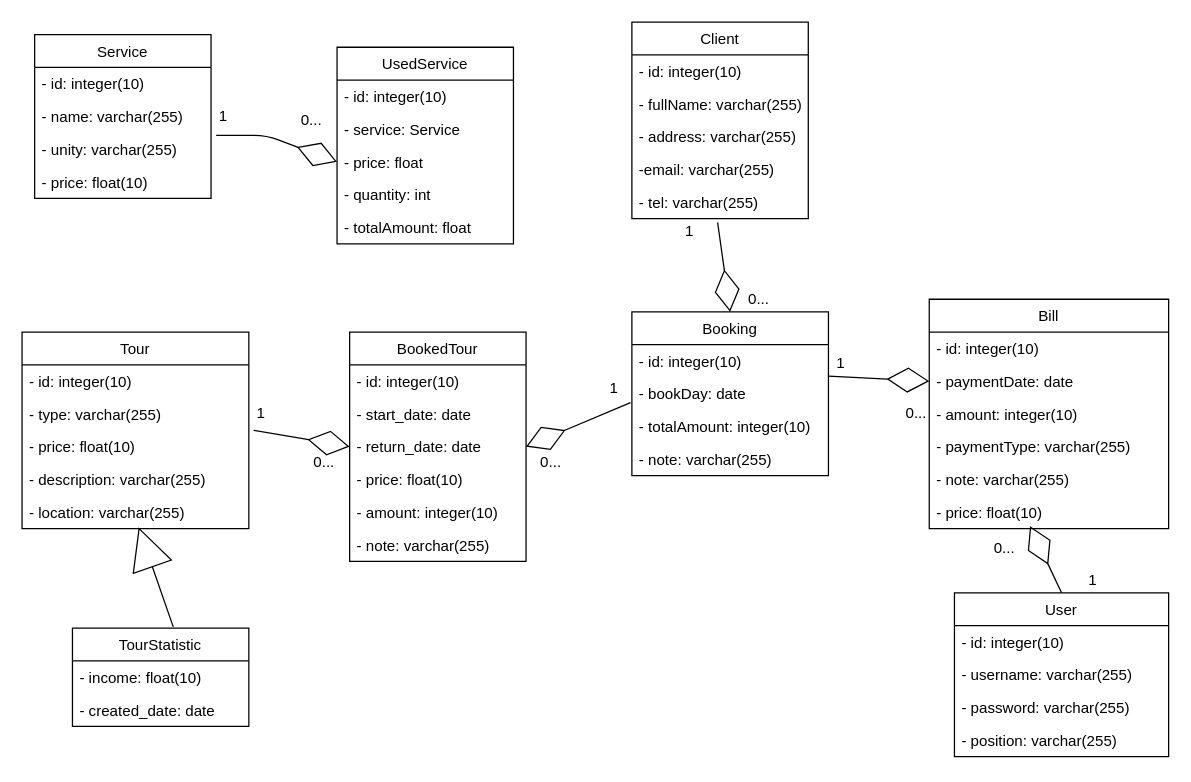
This is classDiagram.drawio from thanhlongtld/classical_software_engineering, a draw.io file, before an edit. Source tidied: cells renumbered, new cells numbered last; positions are measured from the earlier drawing's top-left corner, leaving out a move shared by most shapes. Both pictures are drawn from the tidied source at 126%, with x=0, y=0 at pixel (21, 21).
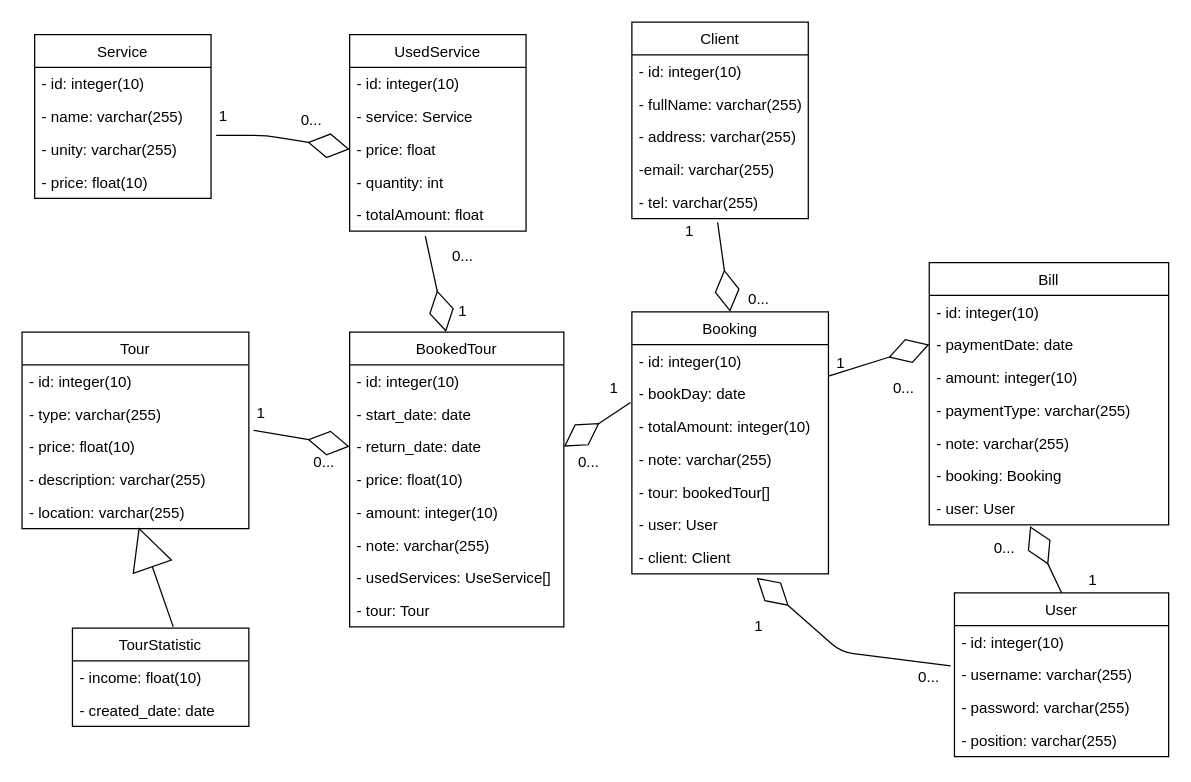
After the change.

The change refers to these unchanged cells:
```xml
<mxCell id="38" value="- username: varchar(255)" style="text;strokeColor=none;fillColor=none;align=left;verticalAlign=top;spacingLeft=4;spacingRight=4;overflow=hidden;points=[[0,0.5],[1,0.5]];portConstraint=eastwest;" parent="36" vertex="1">
  <mxGeometry y="52" width="170" height="26" as="geometry" />
</mxCell>
<mxCell id="62" value="- totalAmount: float" style="text;strokeColor=none;fillColor=none;align=left;verticalAlign=top;spacingLeft=4;spacingRight=4;overflow=hidden;points=[[0,0.5],[1,0.5]];portConstraint=eastwest;" parent="57" vertex="1">
  <mxGeometry y="130" width="140" height="26" as="geometry" />
</mxCell>
```

What changed in the source:
```diff
@@
     <mxCell id="8" value="Booking" style="swimlane;fontStyle=0;horizontal=1;startSize=26;fillColor=none;" parent="1" vertex="1">
-      <mxGeometry x="484" y="230" width="156" height="130" as="geometry" />
+      <mxGeometry x="484" y="230" width="156" height="208" as="geometry" />
     </mxCell>
@@
+    <mxCell id="71" value="- tour: bookedTour[]" style="text;strokeColor=none;fillColor=none;align=left;verticalAlign=top;spacingLeft=4;spacingRight=4;overflow=hidden;" parent="8" vertex="1">
+      <mxGeometry y="130" width="156" height="26" as="geometry" />
+    </mxCell>
+    <mxCell id="72" value="- user: User" style="text;strokeColor=none;fillColor=none;align=left;verticalAlign=top;spacingLeft=4;spacingRight=4;overflow=hidden;" parent="8" vertex="1">
+      <mxGeometry y="156" width="156" height="26" as="geometry" />
+    </mxCell>
+    <mxCell id="73" value="- client: Client" style="text;strokeColor=none;fillColor=none;align=left;verticalAlign=top;spacingLeft=4;spacingRight=4;overflow=hidden;points=[[0,0.5],[1,0.5]];portConstraint=eastwest;" parent="8" vertex="1">
+      <mxGeometry y="182" width="156" height="26" as="geometry" />
+    </mxCell>
@@
     <mxCell id="19" value="Bill" style="swimlane;fontStyle=0;horizontal=1;startSize=26;fillColor=none;" parent="1" vertex="1">
-      <mxGeometry x="720" y="220" width="190" height="182" as="geometry" />
+      <mxGeometry x="720" y="191" width="190" height="208" as="geometry" />
     </mxCell>
@@
-    <mxCell id="25" value="- price: float(10)" style="text;strokeColor=none;fillColor=none;align=left;verticalAlign=top;spacingLeft=4;spacingRight=4;overflow=hidden;" parent="19" vertex="1">
+    <mxCell id="25" value="- booking: Booking" style="text;strokeColor=none;fillColor=none;align=left;verticalAlign=top;spacingLeft=4;spacingRight=4;overflow=hidden;" parent="19" vertex="1">
       <mxGeometry y="156" width="190" height="26" as="geometry" />
     </mxCell>
+    <mxCell id="74" value="- user: User" style="text;strokeColor=none;fillColor=none;align=left;verticalAlign=top;spacingLeft=4;spacingRight=4;overflow=hidden;" parent="19" vertex="1">
+      <mxGeometry y="182" width="190" height="26" as="geometry" />
+    </mxCell>
@@
     <mxCell id="29" value="BookedTour" style="swimlane;fontStyle=0;horizontal=1;startSize=26;fillColor=none;" parent="1" vertex="1">
-      <mxGeometry x="260" y="246" width="140" height="182" as="geometry" />
+      <mxGeometry x="260" y="246" width="170" height="234" as="geometry" />
     </mxCell>
     <mxCell id="30" value="- id: integer(10)" style="text;strokeColor=none;fillColor=none;align=left;verticalAlign=top;spacingLeft=4;spacingRight=4;overflow=hidden;" parent="29" vertex="1">
-      <mxGeometry y="26" width="140" height="26" as="geometry" />
+      <mxGeometry y="26" width="170" height="26" as="geometry" />
     </mxCell>
     <mxCell id="31" value="- start_date: date" style="text;strokeColor=none;fillColor=none;align=left;verticalAlign=top;spacingLeft=4;spacingRight=4;overflow=hidden;" parent="29" vertex="1">
-      <mxGeometry y="52" width="140" height="26" as="geometry" />
+      <mxGeometry y="52" width="170" height="26" as="geometry" />
     </mxCell>
     <mxCell id="32" value="- return_date: date" style="text;strokeColor=none;fillColor=none;align=left;verticalAlign=top;spacingLeft=4;spacingRight=4;overflow=hidden;points=[[0,0.5],[1,0.5]];portConstraint=eastwest;" parent="29" vertex="1">
-      <mxGeometry y="78" width="140" height="26" as="geometry" />
+      <mxGeometry y="78" width="170" height="26" as="geometry" />
     </mxCell>
     <mxCell id="33" value="- price: float(10)" style="text;strokeColor=none;fillColor=none;align=left;verticalAlign=top;spacingLeft=4;spacingRight=4;overflow=hidden;" parent="29" vertex="1">
-      <mxGeometry y="104" width="140" height="26" as="geometry" />
+      <mxGeometry y="104" width="170" height="26" as="geometry" />
     </mxCell>
     <mxCell id="34" value="- amount: integer(10)" style="text;strokeColor=none;fillColor=none;align=left;verticalAlign=top;spacingLeft=4;spacingRight=4;overflow=hidden;" parent="29" vertex="1">
-      <mxGeometry y="130" width="140" height="26" as="geometry" />
+      <mxGeometry y="130" width="170" height="26" as="geometry" />
     </mxCell>
     <mxCell id="35" value="- note: varchar(255)" style="text;strokeColor=none;fillColor=none;align=left;verticalAlign=top;spacingLeft=4;spacingRight=4;overflow=hidden;" parent="29" vertex="1">
-      <mxGeometry y="156" width="140" height="26" as="geometry" />
+      <mxGeometry y="156" width="170" height="26" as="geometry" />
     </mxCell>
+    <mxCell id="75" value="- usedServices: UseService[]" style="text;strokeColor=none;fillColor=none;align=left;verticalAlign=top;spacingLeft=4;spacingRight=4;overflow=hidden;" parent="29" vertex="1">
+      <mxGeometry y="182" width="170" height="26" as="geometry" />
+    </mxCell>
+    <mxCell id="76" value="- tour: Tour&#10;" style="text;strokeColor=none;fillColor=none;align=left;verticalAlign=top;spacingLeft=4;spacingRight=4;overflow=hidden;" parent="29" vertex="1">
+      <mxGeometry y="208" width="170" height="26" as="geometry" />
+    </mxCell>
@@
     <mxCell id="50" value="0..." style="text;html=1;strokeColor=none;fillColor=none;align=center;verticalAlign=middle;whiteSpace=wrap;rounded=0;" parent="1" vertex="1">
-      <mxGeometry x="400" y="340" width="40" height="20" as="geometry" />
+      <mxGeometry x="430" y="340" width="40" height="20" as="geometry" />
     </mxCell>
@@
     <mxCell id="52" value="0..." style="text;html=1;strokeColor=none;fillColor=none;align=center;verticalAlign=middle;whiteSpace=wrap;rounded=0;" parent="1" vertex="1">
-      <mxGeometry x="690" y="301" width="40" height="20" as="geometry" />
+      <mxGeometry x="680" y="281" width="40" height="20" as="geometry" />
     </mxCell>
@@
     <mxCell id="57" value="UsedService" style="swimlane;fontStyle=0;horizontal=1;startSize=26;fillColor=none;" parent="1" vertex="1">
-      <mxGeometry x="250" y="20" width="140" height="156" as="geometry" />
+      <mxGeometry x="260" y="10" width="140" height="156" as="geometry" />
     </mxCell>
@@
+    <mxCell id="77" style="endArrow=diamondThin;html=1;exitX=0.429;exitY=1.154;exitDx=0;exitDy=0;exitPerimeter=0;entryX=0.45;entryY=0;entryDx=0;entryDy=0;endFill=0;endSize=31;entryPerimeter=0;" parent="1" edge="1" source="62" target="29">
+      <mxGeometry relative="1" as="geometry" />
+    </mxCell>
+    <mxCell id="78" value="1" style="text;html=1;strokeColor=none;fillColor=none;align=center;verticalAlign=middle;whiteSpace=wrap;rounded=0;" parent="1" vertex="1">
+      <mxGeometry x="330" y="220" width="40" height="20" as="geometry" />
+    </mxCell>
+    <mxCell id="79" value="0..." style="text;html=1;strokeColor=none;fillColor=none;align=center;verticalAlign=middle;whiteSpace=wrap;rounded=0;" parent="1" vertex="1">
+      <mxGeometry x="330" y="176" width="40" height="20" as="geometry" />
+    </mxCell>
+    <mxCell id="80" style="endArrow=diamondThin;html=1;exitX=-0.018;exitY=0.231;exitDx=0;exitDy=0;exitPerimeter=0;endFill=0;endSize=31;entryX=0.635;entryY=1.115;entryDx=0;entryDy=0;entryPerimeter=0;" parent="1" edge="1" source="38" target="73">
+      <mxGeometry relative="1" as="geometry">
+        <Array as="points">
+          <mxPoint x="650" y="500" />
+        </Array>
+      </mxGeometry>
+    </mxCell>
+    <mxCell id="81" value="1" style="text;html=1;strokeColor=none;fillColor=none;align=center;verticalAlign=middle;whiteSpace=wrap;rounded=0;" parent="1" vertex="1">
+      <mxGeometry x="565" y="470" width="40" height="20" as="geometry" />
+    </mxCell>
+    <mxCell id="82" value="0..." style="text;html=1;strokeColor=none;fillColor=none;align=center;verticalAlign=middle;whiteSpace=wrap;rounded=0;" parent="1" vertex="1">
+      <mxGeometry x="700" y="510" width="40" height="20" as="geometry" />
+    </mxCell>
```
